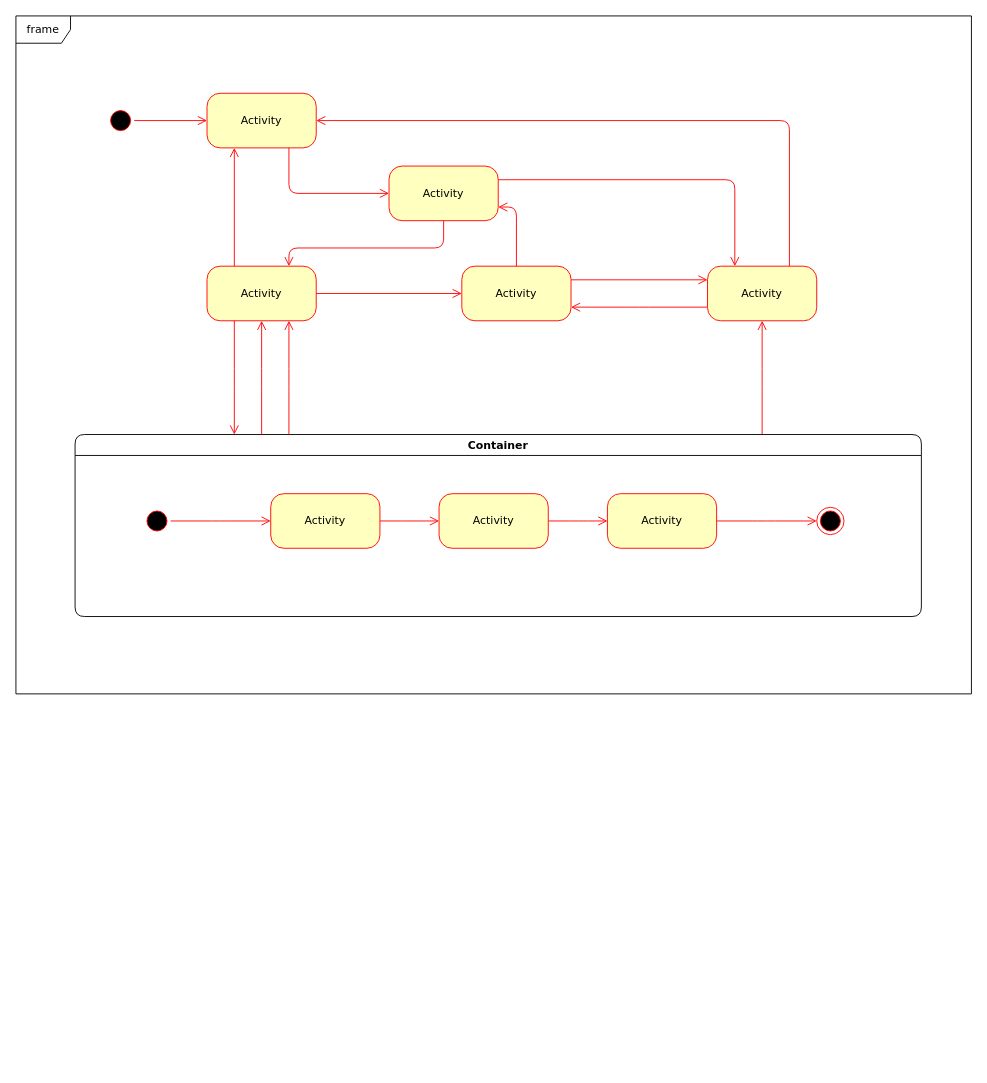
This is Facul/PDS.drawio from HansRafael/projects, a draw.io file, before an edit. Source tidied: cells renumbered, new cells numbered last; positions are measured from the earlier drawing's top-left corner, leaving out a move shared by most shapes. Both pictures are drawn from the tidied source at 91%, with x=0, y=0 at pixel (15, 15).
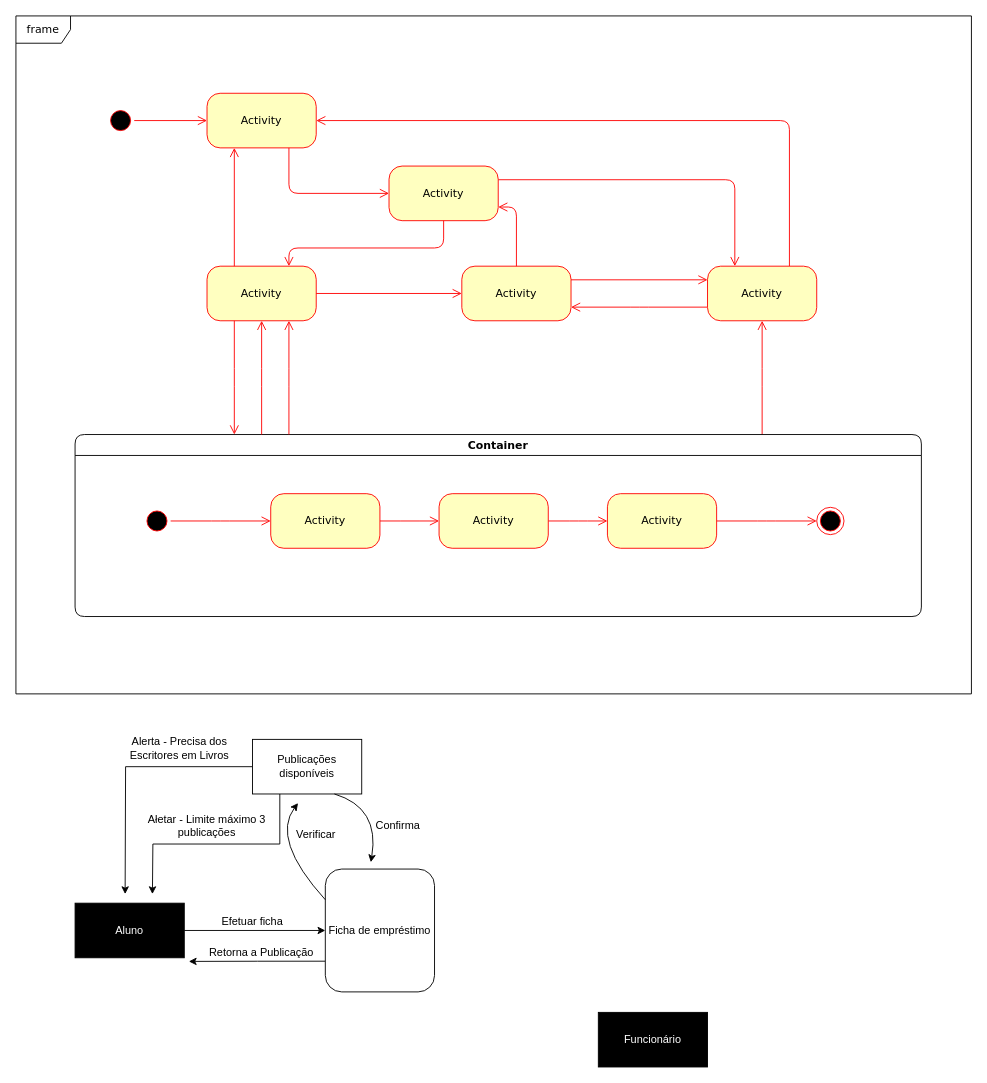
The same page after the edit.

Change to the diagram source:
```diff
@@
+    <mxCell id="33" style="edgeStyle=orthogonalEdgeStyle;rounded=0;jettySize=auto;html=1;entryX=0;entryY=0.5;entryDx=0;entryDy=0;" parent="1" edge="1" source="34" target="36">
+      <mxGeometry relative="1" as="geometry" />
+    </mxCell>
+    <mxCell id="34" value="Aluno" style="rounded=0;whiteSpace=wrap;html=1;fillColor=#000000;fontColor=#FFFFFF;" parent="1" vertex="1">
+      <mxGeometry x="65" y="975" width="120" height="60" as="geometry" />
+    </mxCell>
+    <mxCell id="35" style="edgeStyle=orthogonalEdgeStyle;rounded=0;jettySize=auto;html=1;exitX=0;exitY=0.75;exitDx=0;exitDy=0;fontColor=#000000;" parent="1" edge="1" source="36">
+      <mxGeometry relative="1" as="geometry">
+        <mxPoint x="190" y="1039" as="targetPoint" />
+      </mxGeometry>
+    </mxCell>
+    <mxCell id="36" value="Ficha de empréstimo" style="rounded=1;whiteSpace=wrap;html=1;" parent="1" vertex="1">
+      <mxGeometry x="340" y="937.5" width="120" height="135" as="geometry" />
+    </mxCell>
+    <mxCell id="37" value="Efetuar ficha" style="text;html=1;strokeColor=none;fillColor=none;align=center;verticalAlign=middle;whiteSpace=wrap;rounded=0;" parent="1" vertex="1">
+      <mxGeometry x="190" y="985" width="140" height="20" as="geometry" />
+    </mxCell>
+    <mxCell id="38" style="edgeStyle=orthogonalEdgeStyle;rounded=0;jettySize=auto;html=1;exitX=0;exitY=0.5;exitDx=0;exitDy=0;fontColor=#000000;" parent="1" edge="1" source="40">
+      <mxGeometry relative="1" as="geometry">
+        <mxPoint x="120" y="965" as="targetPoint" />
+      </mxGeometry>
+    </mxCell>
+    <mxCell id="39" style="edgeStyle=orthogonalEdgeStyle;rounded=0;jettySize=auto;html=1;exitX=0.25;exitY=1;exitDx=0;exitDy=0;fontColor=#000000;" parent="1" edge="1" source="40">
+      <mxGeometry relative="1" as="geometry">
+        <mxPoint x="150" y="965" as="targetPoint" />
+      </mxGeometry>
+    </mxCell>
+    <mxCell id="40" value="Publicações disponíveis" style="rounded=0;whiteSpace=wrap;html=1;fontColor=#000000;fillColor=#FFFFFF;" parent="1" vertex="1">
+      <mxGeometry x="260" y="795" width="120" height="60" as="geometry" />
+    </mxCell>
+    <mxCell id="41" value="Funcionário" style="rounded=0;whiteSpace=wrap;html=1;fillColor=#000000;fontColor=#FFFFFF;" parent="1" vertex="1">
+      <mxGeometry x="640" y="1095" width="120" height="60" as="geometry" />
+    </mxCell>
+    <mxCell id="42" value="Ałetar - Limite máximo 3 publicações" style="text;html=1;strokeColor=none;fillColor=none;align=center;verticalAlign=middle;whiteSpace=wrap;rounded=0;" parent="1" vertex="1">
+      <mxGeometry x="140" y="875" width="140" height="30" as="geometry" />
+    </mxCell>
+    <mxCell id="43" value="Alerta - Precisa dos Escritores em Livros" style="text;html=1;strokeColor=none;fillColor=none;align=center;verticalAlign=middle;whiteSpace=wrap;rounded=0;" parent="1" vertex="1">
+      <mxGeometry x="110" y="795" width="140" height="20" as="geometry" />
+    </mxCell>
+    <mxCell id="44" style="curved=1;endArrow=classic;html=1;rounded=0;fontColor=#000000;exitX=0;exitY=0.25;exitDx=0;exitDy=0;" parent="1" edge="1" source="36">
+      <mxGeometry relative="1" as="geometry">
+        <mxPoint x="310" y="865" as="targetPoint" />
+        <Array as="points">
+          <mxPoint x="280" y="905" />
+        </Array>
+      </mxGeometry>
+    </mxCell>
+    <mxCell id="45" value="Verificar" style="text;html=1;strokeColor=none;fillColor=none;align=center;verticalAlign=middle;whiteSpace=wrap;rounded=0;fontColor=#000000;" parent="1" vertex="1">
+      <mxGeometry x="300" y="885" width="60" height="30" as="geometry" />
+    </mxCell>
+    <mxCell id="46" style="curved=1;endArrow=classic;html=1;rounded=0;fontColor=#000000;exitX=0.75;exitY=1;exitDx=0;exitDy=0;" parent="1" edge="1" source="40">
+      <mxGeometry relative="1" as="geometry">
+        <mxPoint x="390" y="930" as="targetPoint" />
+        <Array as="points">
+          <mxPoint x="400" y="870" />
+        </Array>
+      </mxGeometry>
+    </mxCell>
+    <mxCell id="47" value="Confirma" style="text;html=1;strokeColor=none;fillColor=none;align=center;verticalAlign=middle;whiteSpace=wrap;rounded=0;fontColor=#000000;" parent="1" vertex="1">
+      <mxGeometry x="390" y="875" width="60" height="30" as="geometry" />
+    </mxCell>
+    <mxCell id="48" value="Retorna a Publicação" style="text;html=1;strokeColor=none;fillColor=none;align=center;verticalAlign=middle;whiteSpace=wrap;rounded=0;fontColor=#000000;" parent="1" vertex="1">
+      <mxGeometry x="200" y="1015" width="140" height="30" as="geometry" />
+    </mxCell>
```
